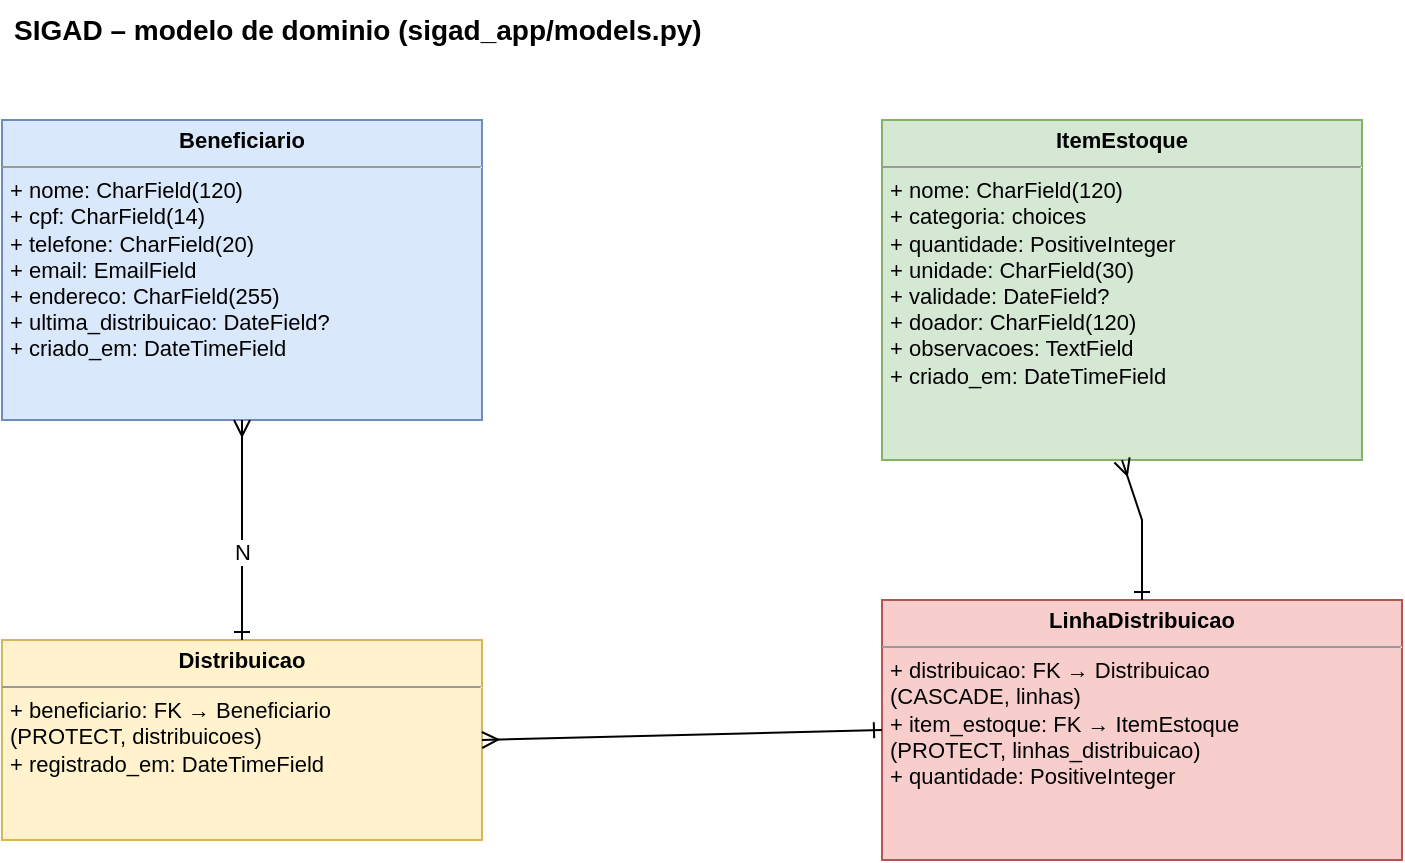
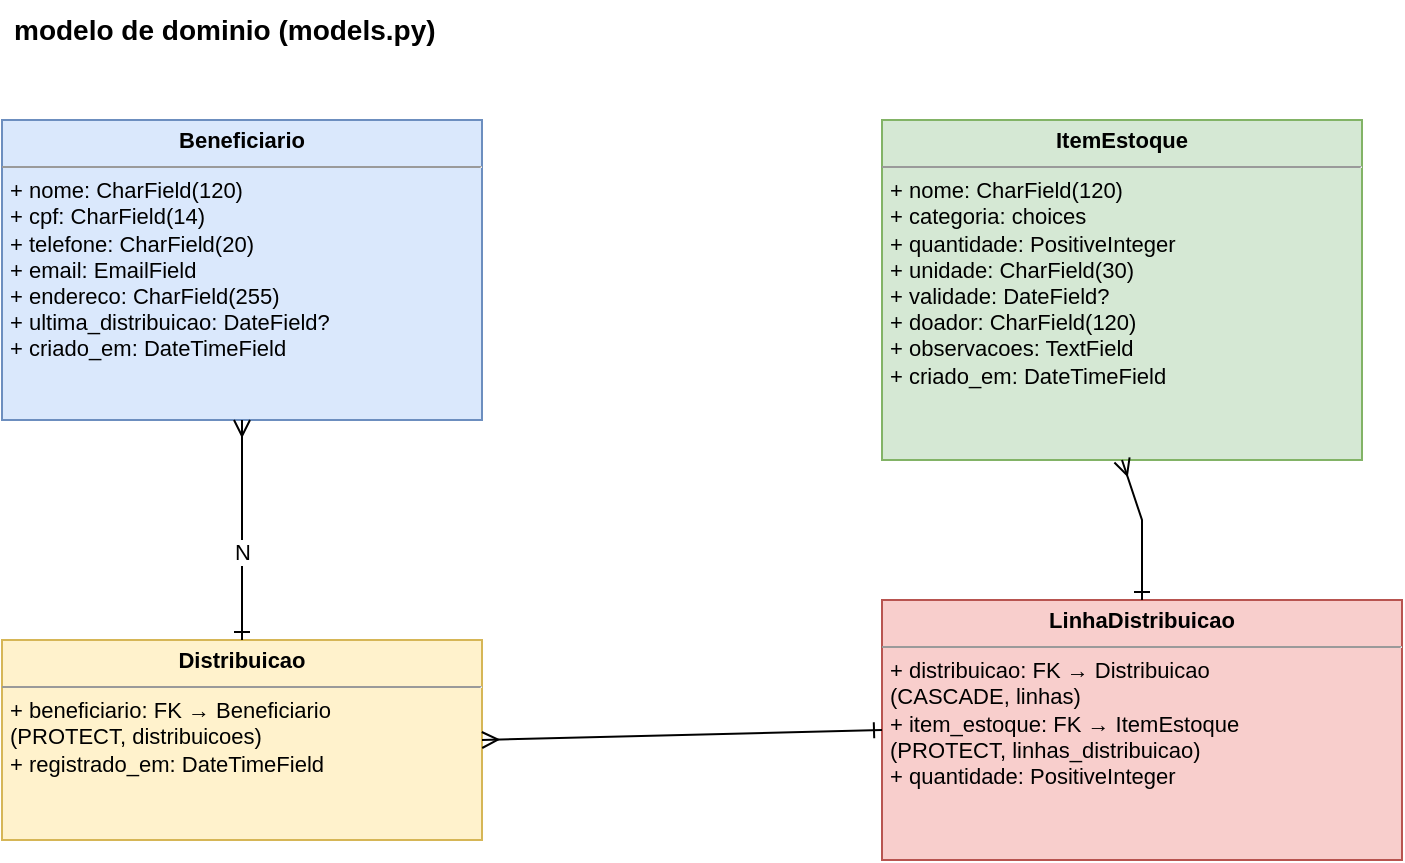
<mxfile host="app.diagrams.net" modified="2026-05-05T12:00:00.000Z" agent="cursor" version="22.1.0" type="device">
-   <diagram id="diagram-classes" name="Diagrama de classes">
+   <diagram id="diagram-classes" name="classes">
    <mxGraphModel dx="1200" dy="800" grid="1" gridSize="10" guides="1" tooltips="1" connect="1" arrows="1" fold="1" page="1" pageScale="1" pageWidth="1169" pageHeight="827" math="0" shadow="0">
      <root>
        <mxCell id="0"/>
        <mxCell id="1" parent="0"/>
-         <mxCell id="title-c" value="SIGAD – modelo de dominio (sigad_app/models.py)" style="text;html=1;strokeColor=none;fillColor=none;align=left;verticalAlign=middle;spacingLeft=4;spacingRight=4;overflow=hidden;rotatable=0;points=[[0,0.5],[1,0.5]];portConstraint=eastwest;fontStyle=1;fontSize=14;" vertex="1" parent="1">
+         <mxCell id="title-c" value="modelo de dominio (models.py)" style="text;html=1;strokeColor=none;fillColor=none;align=left;verticalAlign=middle;spacingLeft=4;spacingRight=4;overflow=hidden;rotatable=0;points=[[0,0.5],[1,0.5]];portConstraint=eastwest;fontStyle=1;fontSize=14;" vertex="1" parent="1">
          <mxGeometry x="80" y="40" width="400" height="30" as="geometry"/>
        </mxCell>
        <mxCell id="Beneficiario" value="&lt;p style=&quot;margin:0px;margin-top:4px;text-align:center;&quot;&gt;&lt;b&gt;Beneficiario&lt;/b&gt;&lt;/p&gt;&lt;hr size=&quot;1&quot;/&gt;&lt;p style=&quot;margin:0px;margin-left:4px;&quot;&gt;+ nome: CharField(120)&lt;br&gt;+ cpf: CharField(14)&lt;br&gt;+ telefone: CharField(20)&lt;br&gt;+ email: EmailField&lt;br&gt;+ endereco: CharField(255)&lt;br&gt;+ ultima_distribuicao: DateField?&lt;br&gt;+ criado_em: DateTimeField&lt;/p&gt;" style="verticalAlign=top;align=left;overflow=fill;fontSize=11;fontFamily=Helvetica;html=1;fillColor=#dae8fc;strokeColor=#6c8ebf;" vertex="1" parent="1">
          <mxGeometry x="80" y="100" width="240" height="150" as="geometry"/>
        </mxCell>
        <mxCell id="ItemEstoque" value="&lt;p style=&quot;margin:0px;margin-top:4px;text-align:center;&quot;&gt;&lt;b&gt;ItemEstoque&lt;/b&gt;&lt;/p&gt;&lt;hr size=&quot;1&quot;/&gt;&lt;p style=&quot;margin:0px;margin-left:4px;&quot;&gt;+ nome: CharField(120)&lt;br&gt;+ categoria: choices&lt;br&gt;+ quantidade: PositiveInteger&lt;br&gt;+ unidade: CharField(30)&lt;br&gt;+ validade: DateField?&lt;br&gt;+ doador: CharField(120)&lt;br&gt;+ observacoes: TextField&lt;br&gt;+ criado_em: DateTimeField&lt;/p&gt;" style="verticalAlign=top;align=left;overflow=fill;fontSize=11;fontFamily=Helvetica;html=1;fillColor=#d5e8d4;strokeColor=#82b366;" vertex="1" parent="1">
          <mxGeometry x="520" y="100" width="240" height="170" as="geometry"/>
        </mxCell>
        <mxCell id="Distribuicao" value="&lt;p style=&quot;margin:0px;margin-top:4px;text-align:center;&quot;&gt;&lt;b&gt;Distribuicao&lt;/b&gt;&lt;/p&gt;&lt;hr size=&quot;1&quot;/&gt;&lt;p style=&quot;margin:0px;margin-left:4px;&quot;&gt;+ beneficiario: FK → Beneficiario&lt;br&gt;(PROTECT, distribuicoes)&lt;br&gt;+ registrado_em: DateTimeField&lt;/p&gt;" style="verticalAlign=top;align=left;overflow=fill;fontSize=11;fontFamily=Helvetica;html=1;fillColor=#fff2cc;strokeColor=#d6b656;" vertex="1" parent="1">
          <mxGeometry x="80" y="360" width="240" height="100" as="geometry"/>
        </mxCell>
        <mxCell id="LinhaDistribuicao" value="&lt;p style=&quot;margin:0px;margin-top:4px;text-align:center;&quot;&gt;&lt;b&gt;LinhaDistribuicao&lt;/b&gt;&lt;/p&gt;&lt;hr size=&quot;1&quot;/&gt;&lt;p style=&quot;margin:0px;margin-left:4px;&quot;&gt;+ distribuicao: FK → Distribuicao&lt;br&gt;(CASCADE, linhas)&lt;br&gt;+ item_estoque: FK → ItemEstoque&lt;br&gt;(PROTECT, linhas_distribuicao)&lt;br&gt;+ quantidade: PositiveInteger&lt;/p&gt;" style="verticalAlign=top;align=left;overflow=fill;fontSize=11;fontFamily=Helvetica;html=1;fillColor=#f8cecc;strokeColor=#b85450;" vertex="1" parent="1">
          <mxGeometry x="520" y="340" width="260" height="130" as="geometry"/>
        </mxCell>
        <mxCell id="edge-dist-ben" style="endArrow=ERmany;startArrow=ERone;html=1;rounded=0;exitX=0.5;exitY=0;exitDx=0;exitDy=0;entryX=0.5;entryY=1;entryDx=0;entryDy=0;" edge="1" parent="1" source="Distribuicao" target="Beneficiario">
          <mxGeometry relative="1" as="geometry"/>
        </mxCell>
        <mxCell id="lbl-db" value="N" style="edgeLabel;html=1;align=center;verticalAlign=middle;resizable=0;points=[];" connectable="0" vertex="1" parent="edge-dist-ben">
          <mxGeometry x="-0.2" relative="1" as="geometry"><mxPoint as="offset"/></mxGeometry>
        </mxCell>
        <mxCell id="edge-linha-dist" style="endArrow=ERmany;startArrow=ERone;html=1;rounded=0;exitX=0;exitY=0.5;exitDx=0;exitDy=0;entryX=1;entryY=0.5;entryDx=0;entryDy=0;" edge="1" parent="1" source="LinhaDistribuicao" target="Distribuicao">
          <mxGeometry relative="1" as="geometry"/>
        </mxCell>
        <mxCell id="edge-linha-item" style="endArrow=ERmany;startArrow=ERone;html=1;rounded=0;exitX=0.5;exitY=0;exitDx=0;exitDy=0;entryX=0.5;entryY=1;entryDx=0;entryDy=0;" edge="1" parent="1" source="LinhaDistribuicao" target="ItemEstoque">
          <mxGeometry relative="1" as="geometry"><Array as="points"><mxPoint x="650" y="300"/><mxPoint x="650" y="300"/></Array></mxGeometry>
        </mxCell>
      </root>
    </mxGraphModel>
  </diagram>
-   <diagram id="diagram-uc" name="Casos de uso">
+   <diagram id="diagram-uc" name="casos de uso">
    <mxGraphModel dx="1200" dy="800" grid="1" gridSize="10" guides="1" tooltips="1" connect="1" arrows="1" fold="1" page="1" pageScale="1" pageWidth="1169" pageHeight="827" math="0" shadow="0">
      <root>
        <mxCell id="0"/>
        <mxCell id="1" parent="0"/>
-         <mxCell id="t1" value="SIGAD – casos de uso (rotas em sigad/urls.py)" style="text;html=1;strokeColor=none;fillColor=none;align=left;verticalAlign=middle;fontStyle=1;fontSize=14;" vertex="1" parent="1">
+         <mxCell id="t1" value="casos de uso (urls.py)" style="text;html=1;strokeColor=none;fillColor=none;align=left;verticalAlign=middle;fontStyle=1;fontSize=14;" vertex="1" parent="1">
          <mxGeometry x="260" y="40" width="420" height="30" as="geometry"/>
        </mxCell>
        <mxCell id="boundary" value="" style="rounded=0;whiteSpace=wrap;html=1;verticalAlign=top;spacingTop=12;fillColor=#f5f5f5;strokeColor=#666666;dashed=1;" vertex="1" parent="1">
          <mxGeometry x="260" y="90" width="560" height="560" as="geometry"/>
        </mxCell>
-         <mxCell id="boundary-label" value="Sistema SIGAD" style="text;html=1;strokeColor=none;fillColor=none;align=left;verticalAlign=top;spacingLeft=8;fontStyle=2;fontSize=12;fontColor=#666666;" vertex="1" parent="1">
+         <mxCell id="boundary-label" value="sistema sigad" style="text;html=1;strokeColor=none;fillColor=none;align=left;verticalAlign=top;spacingLeft=8;fontStyle=2;fontSize=12;fontColor=#666666;" vertex="1" parent="1">
          <mxGeometry x="270" y="98" width="120" height="20" as="geometry"/>
        </mxCell>
        <mxCell id="actor-op" value="" style="shape=umlActor;verticalLabelPosition=bottom;verticalAlign=top;html=1;outlineConnect=0;fillColor=#dae8fc;strokeColor=#6c8ebf;" vertex="1" parent="1">
          <mxGeometry x="140" y="260" width="36" height="72" as="geometry"/>
        </mxCell>
-         <mxCell id="actor-op-lbl" value="Operador" style="text;html=1;strokeColor=none;fillColor=none;align=center;verticalAlign=middle;fontStyle=1;" vertex="1" parent="1">
+         <mxCell id="actor-op-lbl" value="operador" style="text;html=1;strokeColor=none;fillColor=none;align=center;verticalAlign=middle;fontStyle=1;" vertex="1" parent="1">
          <mxGeometry x="118" y="332" width="80" height="24" as="geometry"/>
        </mxCell>
        <mxCell id="actor-adm" value="" style="shape=umlActor;verticalLabelPosition=bottom;verticalAlign=top;html=1;outlineConnect=0;fillColor=#e1d5e7;strokeColor=#9673a6;" vertex="1" parent="1">
          <mxGeometry x="920" y="420" width="36" height="72" as="geometry"/>
        </mxCell>
-         <mxCell id="actor-adm-lbl" value="Administrador&lt;br&gt;(opcional)" style="text;html=1;strokeColor=none;fillColor=none;align=center;verticalAlign=middle;fontStyle=1;fontSize=11;" vertex="1" parent="1">
+         <mxCell id="actor-adm-lbl" value="administrador&lt;br&gt;(opcional)" style="text;html=1;strokeColor=none;fillColor=none;align=center;verticalAlign=middle;fontStyle=1;fontSize=11;" vertex="1" parent="1">
          <mxGeometry x="870" y="492" width="136" height="36" as="geometry"/>
        </mxCell>
-         <mxCell id="uc-dash" value="Visualizar dashboard&lt;br&gt;&lt;font style=&quot;font-size:10px&quot;&gt;/&lt;/font&gt;" style="ellipse;whiteSpace=wrap;html=1;fillColor=#dae8fc;strokeColor=#6c8ebf;" vertex="1" parent="1">
+         <mxCell id="uc-dash" value="visualizar dashboard&lt;br&gt;&lt;font style=&quot;font-size:10px&quot;&gt;/&lt;/font&gt;" style="ellipse;whiteSpace=wrap;html=1;fillColor=#dae8fc;strokeColor=#6c8ebf;" vertex="1" parent="1">
          <mxGeometry x="320" y="130" width="160" height="64" as="geometry"/>
        </mxCell>
-         <mxCell id="uc-item" value="Registrar item&lt;br&gt;&lt;font style=&quot;font-size:10px&quot;&gt;/registrar-item/&lt;/font&gt;" style="ellipse;whiteSpace=wrap;html=1;fillColor=#d5e8d4;strokeColor=#82b366;" vertex="1" parent="1">
+         <mxCell id="uc-item" value="registrar item&lt;br&gt;&lt;font style=&quot;font-size:10px&quot;&gt;/registrar-item/&lt;/font&gt;" style="ellipse;whiteSpace=wrap;html=1;fillColor=#d5e8d4;strokeColor=#82b366;" vertex="1" parent="1">
          <mxGeometry x="320" y="220" width="160" height="64" as="geometry"/>
        </mxCell>
-         <mxCell id="uc-est" value="Consultar / filtrar estoque&lt;br&gt;&lt;font style=&quot;font-size:10px&quot;&gt;/estoque/&lt;/font&gt;" style="ellipse;whiteSpace=wrap;html=1;fillColor=#d5e8d4;strokeColor=#82b366;" vertex="1" parent="1">
+         <mxCell id="uc-est" value="consultar e filtrar estoque&lt;br&gt;&lt;font style=&quot;font-size:10px&quot;&gt;/estoque/&lt;/font&gt;" style="ellipse;whiteSpace=wrap;html=1;fillColor=#d5e8d4;strokeColor=#82b366;" vertex="1" parent="1">
          <mxGeometry x="320" y="310" width="180" height="64" as="geometry"/>
        </mxCell>
-         <mxCell id="uc-ben" value="Cadastrar e buscar beneficiarios&lt;br&gt;&lt;font style=&quot;font-size:10px&quot;&gt;/beneficiarios/&lt;/font&gt;" style="ellipse;whiteSpace=wrap;html=1;fillColor=#fff2cc;strokeColor=#d6b656;" vertex="1" parent="1">
+         <mxCell id="uc-ben" value="cadastrar e buscar beneficiarios&lt;br&gt;&lt;font style=&quot;font-size:10px&quot;&gt;/beneficiarios/&lt;/font&gt;" style="ellipse;whiteSpace=wrap;html=1;fillColor=#fff2cc;strokeColor=#d6b656;" vertex="1" parent="1">
          <mxGeometry x="320" y="400" width="200" height="64" as="geometry"/>
        </mxCell>
-         <mxCell id="uc-dist" value="Registrar distribuicao&lt;br&gt;&lt;font style=&quot;font-size:10px&quot;&gt;/registrar-distribuicao/&lt;/font&gt;" style="ellipse;whiteSpace=wrap;html=1;fillColor=#f8cecc;strokeColor=#b85450;" vertex="1" parent="1">
+         <mxCell id="uc-dist" value="registrar distribuicao&lt;br&gt;&lt;font style=&quot;font-size:10px&quot;&gt;/registrar-distribuicao/&lt;/font&gt;" style="ellipse;whiteSpace=wrap;html=1;fillColor=#f8cecc;strokeColor=#b85450;" vertex="1" parent="1">
          <mxGeometry x="320" y="490" width="180" height="64" as="geometry"/>
        </mxCell>
-         <mxCell id="uc-rel" value="Relatorios e exportacao&lt;br&gt;&lt;font style=&quot;font-size:10px&quot;&gt;/relatorios/&lt;/font&gt;" style="ellipse;whiteSpace=wrap;html=1;fillColor=#e1d5e7;strokeColor=#9673a6;" vertex="1" parent="1">
+         <mxCell id="uc-rel" value="relatorios e exportacao&lt;br&gt;&lt;font style=&quot;font-size:10px&quot;&gt;/relatorios/&lt;/font&gt;" style="ellipse;whiteSpace=wrap;html=1;fillColor=#e1d5e7;strokeColor=#9673a6;" vertex="1" parent="1">
          <mxGeometry x="560" y="260" width="170" height="64" as="geometry"/>
        </mxCell>
-         <mxCell id="uc-admin" value="Gerenciar dados (Django Admin)&lt;br&gt;&lt;font style=&quot;font-size:10px&quot;&gt;/admin/&lt;/font&gt;" style="ellipse;whiteSpace=wrap;html=1;dashed=1;fillColor=#f5f5f5;strokeColor=#666666;" vertex="1" parent="1">
+         <mxCell id="uc-admin" value="gerenciar dados (admin django)&lt;br&gt;&lt;font style=&quot;font-size:10px&quot;&gt;/admin/&lt;/font&gt;" style="ellipse;whiteSpace=wrap;html=1;dashed=1;fillColor=#f5f5f5;strokeColor=#666666;" vertex="1" parent="1">
          <mxGeometry x="560" y="520" width="200" height="64" as="geometry"/>
        </mxCell>
        <mxCell id="lk1" style="endArrow=none;dashed=1;html=1;exitX=1;exitY=0.3333333333333333;exitDx=0;exitDy=0;exitPerimeter=0;entryX=0;entryY=0.5;entryDx=0;entryDy=0;" edge="1" parent="1" source="actor-op" target="uc-dash">
          <mxGeometry relative="1" as="geometry"/>
        </mxCell>
        <mxCell id="lk2" style="endArrow=none;dashed=1;html=1;exitX=1;exitY=0.5;exitDx=0;exitDy=0;exitPerimeter=0;entryX=0;entryY=0.5;entryDx=0;entryDy=0;" edge="1" parent="1" source="actor-op" target="uc-item">
          <mxGeometry relative="1" as="geometry"/>
        </mxCell>
        <mxCell id="lk3" style="endArrow=none;dashed=1;html=1;exitX=1;exitY=0.6666666666666666;exitDx=0;exitDy=0;exitPerimeter=0;entryX=0;entryY=0.5;entryDx=0;entryDy=0;" edge="1" parent="1" source="actor-op" target="uc-est">
          <mxGeometry relative="1" as="geometry"/>
        </mxCell>
        <mxCell id="lk4" style="endArrow=none;dashed=1;html=1;exitX=1;exitY=1;exitDx=0;exitDy=0;exitPerimeter=0;entryX=0;entryY=0.5;entryDx=0;entryDy=0;" edge="1" parent="1" source="actor-op" target="uc-ben">
          <mxGeometry relative="1" as="geometry"/>
        </mxCell>
        <mxCell id="lk5" style="endArrow=none;dashed=1;html=1;exitX=1;exitY=1;exitDx=0;exitDy=0;exitPerimeter=0;entryX=0;entryY=0.5;entryDx=0;entryDy=0;" edge="1" parent="1" source="actor-op" target="uc-dist">
          <mxGeometry relative="1" as="geometry"><Array as="points"><mxPoint x="240" y="522"/></Array></mxGeometry>
        </mxCell>
        <mxCell id="lk6" style="endArrow=none;dashed=1;html=1;exitX=1;exitY=0.5;exitDx=0;exitDy=0;exitPerimeter=0;entryX=0;entryY=0.5;entryDx=0;entryDy=0;" edge="1" parent="1" source="actor-op" target="uc-rel">
          <mxGeometry relative="1" as="geometry"><Array as="points"><mxPoint x="240" y="292"/><mxPoint x="480" y="292"/></Array></mxGeometry>
        </mxCell>
        <mxCell id="lk7" style="endArrow=none;dashed=1;html=1;exitX=0;exitY=0.5;exitDx=0;exitDy=0;exitPerimeter=0;entryX=1;entryY=0.5;entryDx=0;entryDy=0;" edge="1" parent="1" source="actor-adm" target="uc-admin">
          <mxGeometry relative="1" as="geometry"><Array as="points"><mxPoint x="820" y="456"/><mxPoint x="820" y="552"/></Array></mxGeometry>
        </mxCell>
      </root>
    </mxGraphModel>
  </diagram>
</mxfile>
